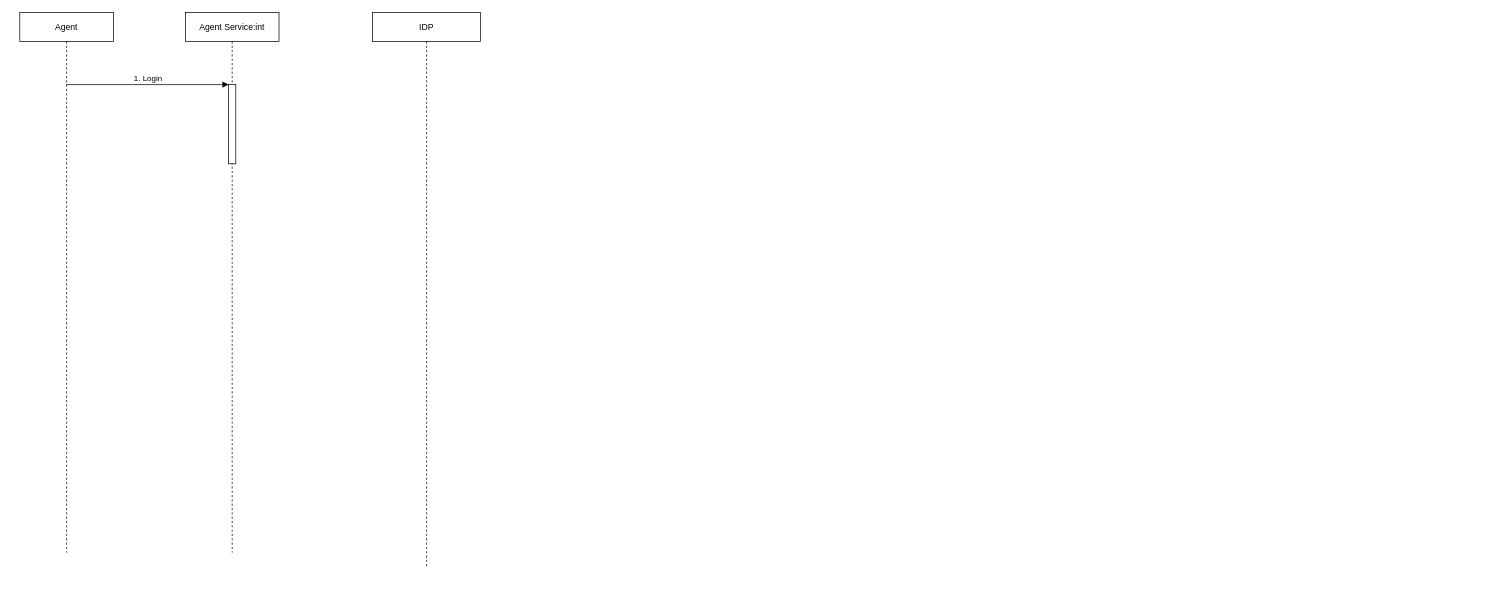
yubowen0525/ImageStorage keeps this draw.io diagram as page "Page-3" (3 of 3) of drawio/SASEONE Diagram.drawio. Above is the earlier version. Source tidied: cells renumbered, new cells numbered last; positions are measured from the earlier drawing's top-left corner, leaving out a move shared by most shapes. Both pictures are drawn from the tidied source at 72%, with x=0, y=0 at pixel (12, 12).
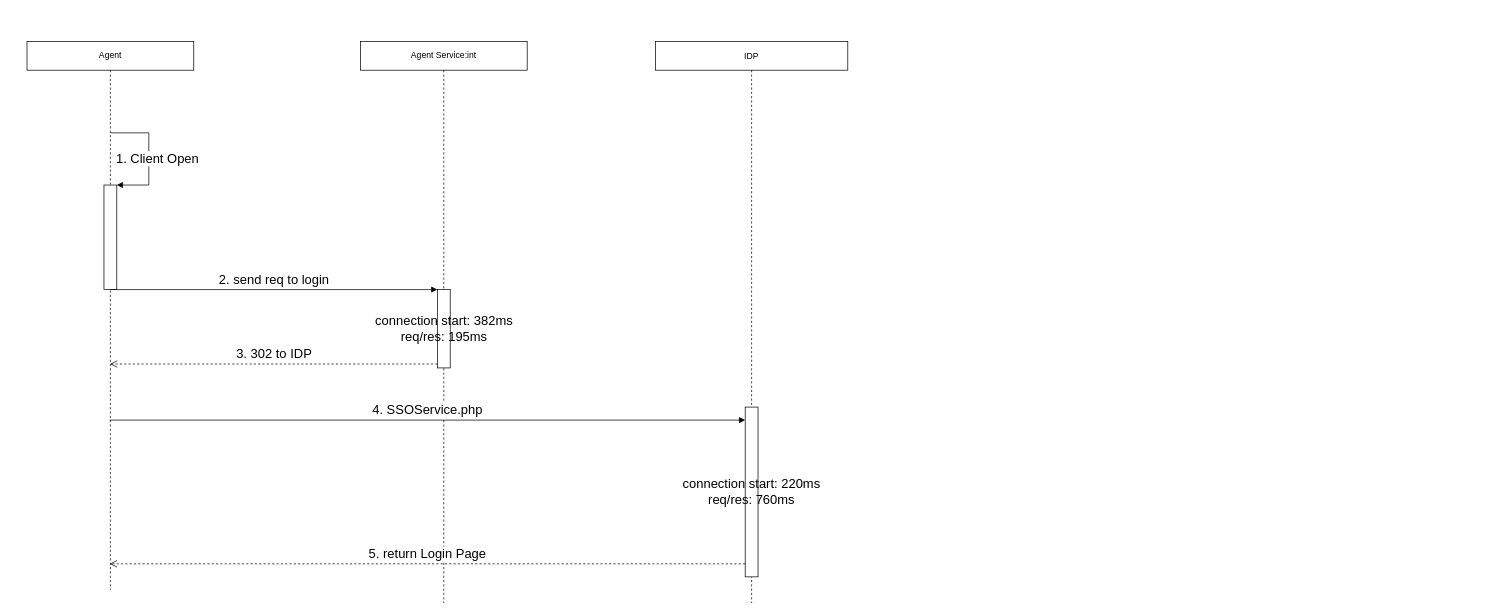
After the change.

What changed in the source:
```diff
@@
 <mxGraphModel>
   <root>
     <mxCell id="0" />
     <mxCell id="1" parent="0" />
-    <mxCell id="2" style="group;" parent="1" vertex="1">
-      <mxGeometry width="2050" height="770" as="geometry" />
-    </mxCell>
+    <mxCell id="5" value="Agent" style="shape=umlLifeline;perimeter=lifelinePerimeter;whiteSpace=wrap;html=1;outlineConnect=0;" parent="1" vertex="1">
+      <mxGeometry x="20" y="40" width="231.6" height="761.9" as="geometry" />
+    </mxCell>
+    <mxCell id="8" style="html=1;points=[];perimeter=orthogonalPerimeter;" parent="1" vertex="1">
+      <mxGeometry x="126.9" y="239.5" width="17.8" height="145.1" as="geometry" />
+    </mxCell>
+    <mxCell id="9" value="&lt;font style=&quot;font-size: 18px&quot;&gt;1. Client Open&amp;nbsp;&lt;/font&gt;" style="edgeStyle=orthogonalEdgeStyle;html=1;align=left;spacingLeft=2;endArrow=block;rounded=0;entryX=1;entryY=0;" parent="1" edge="1" target="8">
+      <mxGeometry x="-590" y="120" as="geometry">
+        <mxPoint x="135.8" y="167" as="sourcePoint" />
+        <Array as="points">
+          <mxPoint x="189.2" y="167" />
+        </Array>
+      </mxGeometry>
+    </mxCell>
-    <mxCell id="3" value="IDP" style="shape=umlLifeline;perimeter=lifelinePerimeter;rounded=0;shadow=0;strokeWidth=1;" parent="2" vertex="1">
-      <mxGeometry x="500" width="150" height="770" as="geometry" />
+    <mxCell id="3" value="IDP" style="shape=umlLifeline;perimeter=lifelinePerimeter;rounded=0;shadow=0;strokeWidth=1;" parent="1" vertex="1">
+      <mxGeometry x="892.8" y="40" width="267.2" height="780" as="geometry" />
     </mxCell>
-    <mxCell id="4" value="Agent Service:int" style="shape=umlLifeline;perimeter=lifelinePerimeter;whiteSpace=wrap;html=1;" parent="2" vertex="1">
-      <mxGeometry x="240" width="130" height="750" as="geometry" />
+    <mxCell id="4" value="Agent Service:int" style="shape=umlLifeline;perimeter=lifelinePerimeter;whiteSpace=wrap;html=1;" parent="1" vertex="1">
+      <mxGeometry x="483.1" y="40" width="231.6" height="780" as="geometry" />
     </mxCell>
-    <mxCell id="5" value="Agent" style="shape=umlLifeline;perimeter=lifelinePerimeter;whiteSpace=wrap;html=1;outlineConnect=0;" parent="2" vertex="1">
-      <mxGeometry x="10" width="130" height="750" as="geometry" />
-    </mxCell>
-    <mxCell id="6" style="html=1;points=[];perimeter=orthogonalPerimeter;" parent="2" vertex="1">
-      <mxGeometry x="300" y="100" width="10" height="110" as="geometry" />
+    <mxCell id="6" value="&lt;font style=&quot;font-size: 18px&quot;&gt;connection start: 382ms&lt;br&gt;req/res: 195ms&lt;/font&gt;" style="html=1;points=[];perimeter=orthogonalPerimeter;" parent="1" vertex="1">
+      <mxGeometry x="590" y="384.7" width="17.8" height="108.8" as="geometry" />
     </mxCell>
-    <mxCell id="7" value="1. Login" style="html=1;verticalAlign=bottom;endArrow=block;entryX=0;entryY=0;" parent="2" edge="1" source="5" target="6">
-      <mxGeometry relative="1" as="geometry" />
+    <mxCell id="7" value="&lt;font style=&quot;font-size: 18px&quot;&gt;2. send req to login&lt;/font&gt;" style="html=1;verticalAlign=bottom;endArrow=block;entryX=0;entryY=0;" parent="1" edge="1" target="6">
+      <mxGeometry x="-607.8" y="120" as="geometry">
+        <mxPoint x="135.8" y="384.7" as="sourcePoint" />
+      </mxGeometry>
     </mxCell>
+    <mxCell id="10" value="&lt;font style=&quot;font-size: 18px&quot;&gt;3. 302 to IDP&lt;/font&gt;" style="html=1;verticalAlign=bottom;endArrow=open;dashed=1;endSize=8;exitX=0;exitY=0.95;" parent="1" edge="1" source="6" target="5">
+      <mxGeometry x="-607.8" y="120" as="geometry" />
+    </mxCell>
+    <mxCell id="11" value="&lt;font style=&quot;font-size: 18px&quot;&gt;connection start: 220ms&lt;br&gt;req/res: 760ms&lt;/font&gt;" style="html=1;perimeter=orthogonalPerimeter;" parent="1" vertex="1">
+      <mxGeometry x="1017.5" y="547.9" width="17.8" height="235.8" as="geometry" />
+    </mxCell>
+    <mxCell id="12" value="&lt;font style=&quot;font-size: 18px&quot;&gt;5. return Login Page&lt;/font&gt;" style="html=1;verticalAlign=bottom;endArrow=open;dashed=1;endSize=8;exitX=0;exitY=0.95;" parent="1" edge="1">
+      <mxGeometry x="-607.8" y="120" as="geometry">
+        <mxPoint x="1017.5" y="765.6" as="sourcePoint" />
+        <mxPoint x="134.9" y="765.6" as="targetPoint" />
+      </mxGeometry>
+    </mxCell>
+    <mxCell id="13" value="&lt;font style=&quot;font-size: 18px&quot;&gt;4. SSOService.php&lt;/font&gt;" style="html=1;verticalAlign=bottom;endArrow=block;entryX=0;entryY=0.15;entryDx=0;entryDy=0;entryPerimeter=0;" parent="1" edge="1">
+      <mxGeometry x="-607.8" y="120" as="geometry">
+        <mxPoint x="134.9" y="566" as="sourcePoint" />
+        <mxPoint x="1017.5" y="566" as="targetPoint" />
+      </mxGeometry>
+    </mxCell>
   </root>
 </mxGraphModel>
```
